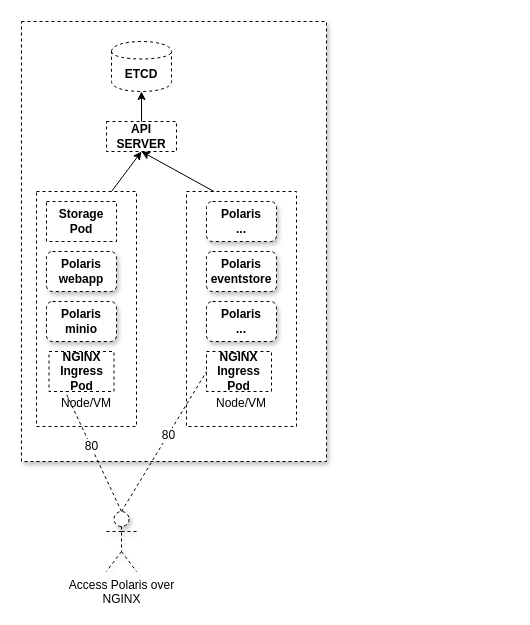
yashbhutwala/polaris-contrib keeps this draw.io diagram as page "Page-5" (5 of 5) of images/polarisdiagram.drawio. Above is the earlier version. Source tidied: cells renumbered, new cells numbered last; positions are measured from the earlier drawing's top-left corner, leaving out a move shared by most shapes. Both pictures are drawn from the tidied source at 100%, with x=0, y=0 at pixel (21, 21).
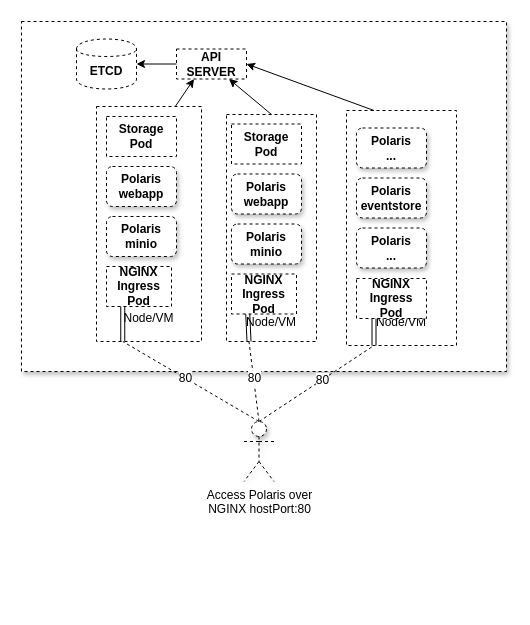
The same diagram, later.

What changed in the source:
```diff
@@
     <mxCell id="2" style="rounded=0;whiteSpace=wrap;html=1;shadow=1;dashed=1;strokeColor=#000000;" parent="1" vertex="1">
-      <mxGeometry width="305" height="440" as="geometry" />
+      <mxGeometry width="485" height="350" as="geometry" />
     </mxCell>
     <mxCell id="3" value="&lt;br&gt;&lt;br&gt;&lt;br&gt;&lt;br&gt;&lt;br&gt;&lt;br&gt;&lt;br&gt;&lt;br&gt;&lt;br&gt;&lt;br&gt;&lt;br&gt;&lt;br&gt;&lt;br&gt;Node/VM" style="rounded=0;whiteSpace=wrap;html=1;shadow=0;dashed=1;strokeColor=#000000;" parent="1" vertex="1">
-      <mxGeometry x="15" y="170" width="100" height="235" as="geometry" />
+      <mxGeometry x="205" y="93" width="90" height="227" as="geometry" />
     </mxCell>
     <mxCell id="4" value="&lt;b&gt;Storage Pod&lt;/b&gt;" style="rounded=0;whiteSpace=wrap;html=1;shadow=0;dashed=1;strokeColor=#000000;" parent="1" vertex="1">
-      <mxGeometry x="25" y="180" width="70" height="40" as="geometry" />
+      <mxGeometry x="210" y="102.5" width="70" height="40" as="geometry" />
     </mxCell>
     <mxCell id="5" value="&lt;b&gt;Polaris&lt;br&gt;minio&lt;br&gt;&lt;/b&gt;" style="rounded=1;whiteSpace=wrap;html=1;shadow=1;dashed=1;strokeColor=#000000;" parent="1" vertex="1">
-      <mxGeometry x="25" y="280" width="70" height="40" as="geometry" />
+      <mxGeometry x="210" y="202.5" width="70" height="40" as="geometry" />
     </mxCell>
     <mxCell id="6" value="&lt;b&gt;Polaris&lt;br&gt;webapp&lt;br&gt;&lt;/b&gt;" style="rounded=1;whiteSpace=wrap;html=1;shadow=1;dashed=1;strokeColor=#000000;" parent="1" vertex="1">
-      <mxGeometry x="25" y="230" width="70" height="40" as="geometry" />
+      <mxGeometry x="210" y="152.5" width="70" height="40" as="geometry" />
     </mxCell>
     <mxCell id="7" value="&lt;br&gt;&lt;br&gt;&lt;br&gt;&lt;br&gt;&lt;br&gt;&lt;br&gt;&lt;br&gt;&lt;br&gt;&lt;br&gt;&lt;br&gt;&lt;br&gt;&lt;br&gt;&lt;br&gt;Node/VM" style="rounded=0;whiteSpace=wrap;html=1;shadow=0;dashed=1;strokeColor=#000000;" parent="1" vertex="1">
-      <mxGeometry x="165" y="170" width="110" height="235" as="geometry" />
+      <mxGeometry x="325" y="89" width="110" height="235" as="geometry" />
     </mxCell>
     <mxCell id="8" value="&lt;b&gt;Polaris&lt;br&gt;...&lt;br&gt;&lt;/b&gt;" style="rounded=1;whiteSpace=wrap;html=1;shadow=1;dashed=1;strokeColor=#000000;" parent="1" vertex="1">
-      <mxGeometry x="185" y="280" width="70" height="40" as="geometry" />
+      <mxGeometry x="335" y="206.5" width="70" height="40" as="geometry" />
     </mxCell>
     <mxCell id="9" value="&lt;b&gt;Polaris&lt;br&gt;eventstore&lt;br&gt;&lt;/b&gt;" style="rounded=1;whiteSpace=wrap;html=1;shadow=1;dashed=1;strokeColor=#000000;" parent="1" vertex="1">
-      <mxGeometry x="185" y="230" width="70" height="40" as="geometry" />
+      <mxGeometry x="335" y="156.5" width="70" height="40" as="geometry" />
     </mxCell>
     <mxCell id="10" value="&lt;b&gt;Polaris&lt;br&gt;...&lt;br&gt;&lt;/b&gt;" style="rounded=1;whiteSpace=wrap;html=1;shadow=1;dashed=1;strokeColor=#000000;" parent="1" vertex="1">
-      <mxGeometry x="185" y="180" width="70" height="40" as="geometry" />
+      <mxGeometry x="335" y="106.5" width="70" height="40" as="geometry" />
     </mxCell>
     <mxCell id="11" value="&lt;b&gt;API SERVER&lt;/b&gt;" style="rounded=0;whiteSpace=wrap;html=1;shadow=0;dashed=1;strokeColor=#000000;" parent="1" vertex="1">
-      <mxGeometry x="85" y="100" width="70" height="30" as="geometry" />
+      <mxGeometry x="155" y="27.5" width="70" height="30" as="geometry" />
     </mxCell>
     <mxCell id="12" value="&lt;b&gt;ETCD&lt;/b&gt;" style="shape=cylinder;whiteSpace=wrap;html=1;boundedLbl=1;backgroundOutline=1;shadow=0;dashed=1;strokeColor=#000000;" parent="1" vertex="1">
-      <mxGeometry x="90" y="20" width="60" height="50" as="geometry" />
+      <mxGeometry x="55" y="17.5" width="60" height="50" as="geometry" />
     </mxCell>
-    <mxCell id="13" style="endArrow=classic;html=1;exitX=0.75;exitY=0;exitDx=0;exitDy=0;entryX=0.5;entryY=1;entryDx=0;entryDy=0;" parent="1" edge="1" source="3" target="11">
+    <mxCell id="13" style="endArrow=classic;html=1;exitX=0.5;exitY=0;exitDx=0;exitDy=0;entryX=0.75;entryY=1;entryDx=0;entryDy=0;" parent="1" edge="1" source="3" target="11">
       <mxGeometry relative="1" as="geometry" />
     </mxCell>
-    <mxCell id="14" style="endArrow=classic;html=1;exitX=0.25;exitY=0;exitDx=0;exitDy=0;entryX=0.5;entryY=1;entryDx=0;entryDy=0;" parent="1" edge="1" source="7" target="11">
+    <mxCell id="14" style="endArrow=classic;html=1;exitX=0.25;exitY=0;exitDx=0;exitDy=0;entryX=1;entryY=0.5;entryDx=0;entryDy=0;" parent="1" edge="1" source="7" target="11">
       <mxGeometry relative="1" as="geometry" />
     </mxCell>
-    <mxCell id="15" style="endArrow=classic;html=1;exitX=0.5;exitY=0;exitDx=0;exitDy=0;entryX=0.5;entryY=1;entryDx=0;entryDy=0;" parent="1" edge="1" source="11" target="12">
+    <mxCell id="15" style="endArrow=classic;html=1;exitX=0;exitY=0.5;exitDx=0;exitDy=0;entryX=1;entryY=0.5;entryDx=0;entryDy=0;" parent="1" edge="1" source="11" target="12">
       <mxGeometry relative="1" as="geometry" />
     </mxCell>
     <mxCell id="16" value="&lt;b&gt;NGINX Ingress&lt;br&gt;Pod&lt;br&gt;&lt;/b&gt;" style="rounded=0;whiteSpace=wrap;html=1;shadow=0;dashed=1;strokeColor=#000000;" parent="1" vertex="1">
-      <mxGeometry x="27.5" y="330" width="65" height="40" as="geometry" />
+      <mxGeometry x="210" y="252.5" width="65" height="40" as="geometry" />
     </mxCell>
     <mxCell id="17" value="&lt;b&gt;NGINX Ingress&lt;br&gt;Pod&lt;br&gt;&lt;/b&gt;" style="rounded=0;whiteSpace=wrap;html=1;shadow=0;dashed=1;strokeColor=#000000;" parent="1" vertex="1">
-      <mxGeometry x="185" y="330" width="65" height="40" as="geometry" />
+      <mxGeometry x="335" y="257" width="70" height="40" as="geometry" />
     </mxCell>
-    <mxCell id="18" style="endArrow=none;dashed=1;html=1;entryX=0.25;entryY=1;entryDx=0;entryDy=0;exitX=0.5;exitY=0;exitDx=0;exitDy=0;exitPerimeter=0;" parent="1" edge="1" source="22" target="16">
+    <mxCell id="18" style="endArrow=none;dashed=1;html=1;entryX=0.25;entryY=1;entryDx=0;entryDy=0;exitX=0.5;exitY=0;exitDx=0;exitDy=0;exitPerimeter=0;" parent="1" edge="1" source="22" target="3">
       <mxGeometry relative="1" as="geometry" />
     </mxCell>
@@
-    <mxCell id="20" style="endArrow=none;dashed=1;html=1;entryX=0;entryY=0.5;entryDx=0;entryDy=0;exitX=0.5;exitY=0;exitDx=0;exitDy=0;exitPerimeter=0;" parent="1" edge="1" source="22" target="17">
+    <mxCell id="20" style="endArrow=none;dashed=1;html=1;entryX=0.25;entryY=1;entryDx=0;entryDy=0;exitX=0.5;exitY=0;exitDx=0;exitDy=0;exitPerimeter=0;" parent="1" edge="1" source="22" target="7">
       <mxGeometry relative="1" as="geometry" />
     </mxCell>
@@
-    <mxCell id="22" value="Access Polaris over&lt;br&gt;NGINX" style="shape=umlActor;verticalLabelPosition=bottom;labelBackgroundColor=#ffffff;verticalAlign=top;html=1;outlineConnect=0;shadow=1;dashed=1;strokeColor=#000000;" parent="1" vertex="1">
-      <mxGeometry x="85" y="490" width="30" height="60" as="geometry" />
+    <mxCell id="22" value="Access Polaris over&lt;br&gt;NGINX hostPort:80" style="shape=umlActor;verticalLabelPosition=bottom;labelBackgroundColor=#ffffff;verticalAlign=top;html=1;outlineConnect=0;shadow=1;dashed=1;strokeColor=#000000;" parent="1" vertex="1">
+      <mxGeometry x="222.5" y="400" width="30" height="60" as="geometry" />
     </mxCell>
+    <mxCell id="23" style="shape=link;html=1;entryX=0.25;entryY=1;entryDx=0;entryDy=0;exitX=0.25;exitY=1;exitDx=0;exitDy=0;" parent="1" edge="1" source="3" target="16">
+      <mxGeometry relative="1" as="geometry" />
+    </mxCell>
+    <mxCell id="24" style="shape=link;html=1;exitX=0.25;exitY=1;exitDx=0;exitDy=0;entryX=0.25;entryY=1;entryDx=0;entryDy=0;" parent="1" edge="1" source="17" target="7">
+      <mxGeometry relative="1" as="geometry" />
+    </mxCell>
+    <mxCell id="25" value="&lt;br&gt;&lt;br&gt;&lt;br&gt;&lt;br&gt;&lt;br&gt;&lt;br&gt;&lt;br&gt;&lt;br&gt;&lt;br&gt;&lt;br&gt;&lt;br&gt;&lt;br&gt;&lt;br&gt;Node/VM" style="rounded=0;whiteSpace=wrap;html=1;shadow=0;dashed=1;strokeColor=#000000;" parent="1" vertex="1">
+      <mxGeometry x="75" y="85" width="105" height="235" as="geometry" />
+    </mxCell>
+    <mxCell id="26" value="&lt;b&gt;Storage Pod&lt;/b&gt;" style="rounded=0;whiteSpace=wrap;html=1;shadow=0;dashed=1;strokeColor=#000000;" parent="1" vertex="1">
+      <mxGeometry x="85" y="95" width="70" height="40" as="geometry" />
+    </mxCell>
+    <mxCell id="27" value="&lt;b&gt;Polaris&lt;br&gt;minio&lt;br&gt;&lt;/b&gt;" style="rounded=1;whiteSpace=wrap;html=1;shadow=1;dashed=1;strokeColor=#000000;" parent="1" vertex="1">
+      <mxGeometry x="85" y="195" width="70" height="40" as="geometry" />
+    </mxCell>
+    <mxCell id="28" value="&lt;b&gt;Polaris&lt;br&gt;webapp&lt;br&gt;&lt;/b&gt;" style="rounded=1;whiteSpace=wrap;html=1;shadow=1;dashed=1;strokeColor=#000000;" parent="1" vertex="1">
+      <mxGeometry x="85" y="145" width="70" height="40" as="geometry" />
+    </mxCell>
+    <mxCell id="29" value="&lt;b&gt;NGINX Ingress&lt;br&gt;Pod&lt;br&gt;&lt;/b&gt;" style="rounded=0;whiteSpace=wrap;html=1;shadow=0;dashed=1;strokeColor=#000000;" parent="1" vertex="1">
+      <mxGeometry x="85" y="245" width="65" height="40" as="geometry" />
+    </mxCell>
+    <mxCell id="30" style="endArrow=classic;html=1;exitX=0.75;exitY=0;exitDx=0;exitDy=0;entryX=0.25;entryY=1;entryDx=0;entryDy=0;" parent="1" edge="1" source="25" target="11">
+      <mxGeometry relative="1" as="geometry" />
+    </mxCell>
+    <mxCell id="31" style="shape=link;html=1;entryX=0.25;entryY=1;entryDx=0;entryDy=0;exitX=0.25;exitY=1;exitDx=0;exitDy=0;" parent="1" edge="1" source="25" target="29">
+      <mxGeometry relative="1" as="geometry" />
+    </mxCell>
+    <mxCell id="32" style="endArrow=none;dashed=1;html=1;entryX=0.25;entryY=1;entryDx=0;entryDy=0;exitX=0.5;exitY=0;exitDx=0;exitDy=0;exitPerimeter=0;" parent="1" edge="1" source="22" target="25">
+      <mxGeometry relative="1" as="geometry" />
+    </mxCell>
+    <mxCell id="33" value="80" style="text;html=1;align=center;verticalAlign=middle;labelBackgroundColor=#ffffff;" parent="32" vertex="1">
+      <mxGeometry x="0.09" relative="1" as="geometry" />
+    </mxCell>
```
